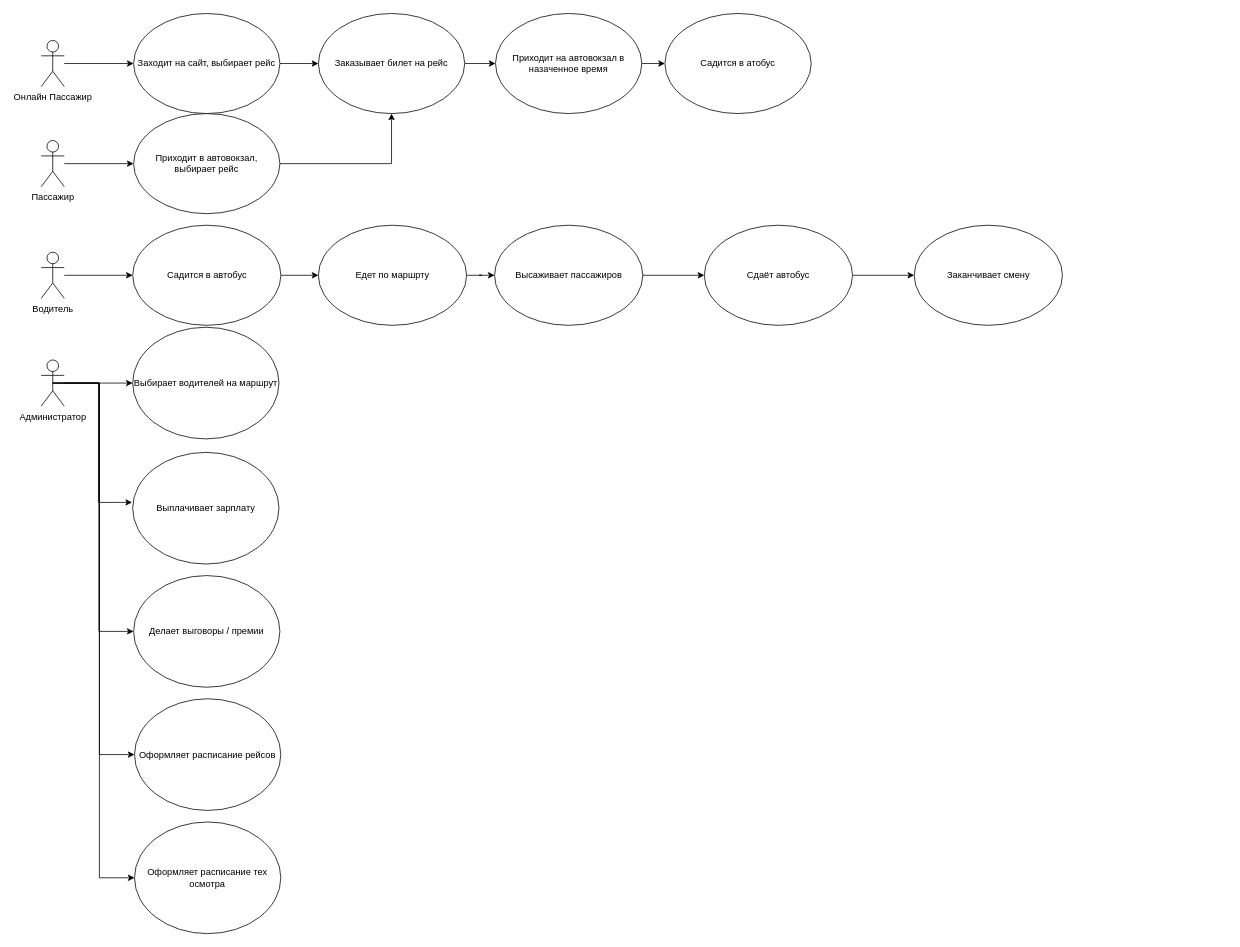
Earlier version of the draw.io diagram Диаграмма класссааааа без названия.drawio (L0g1sT/Raports.PZ.). Source tidied: cells renumbered, new cells numbered last; positions are measured from the earlier drawing's top-left corner, leaving out a move shared by most shapes. Both pictures are drawn from the tidied source at 77%, with x=0, y=0 at pixel (41, 13).
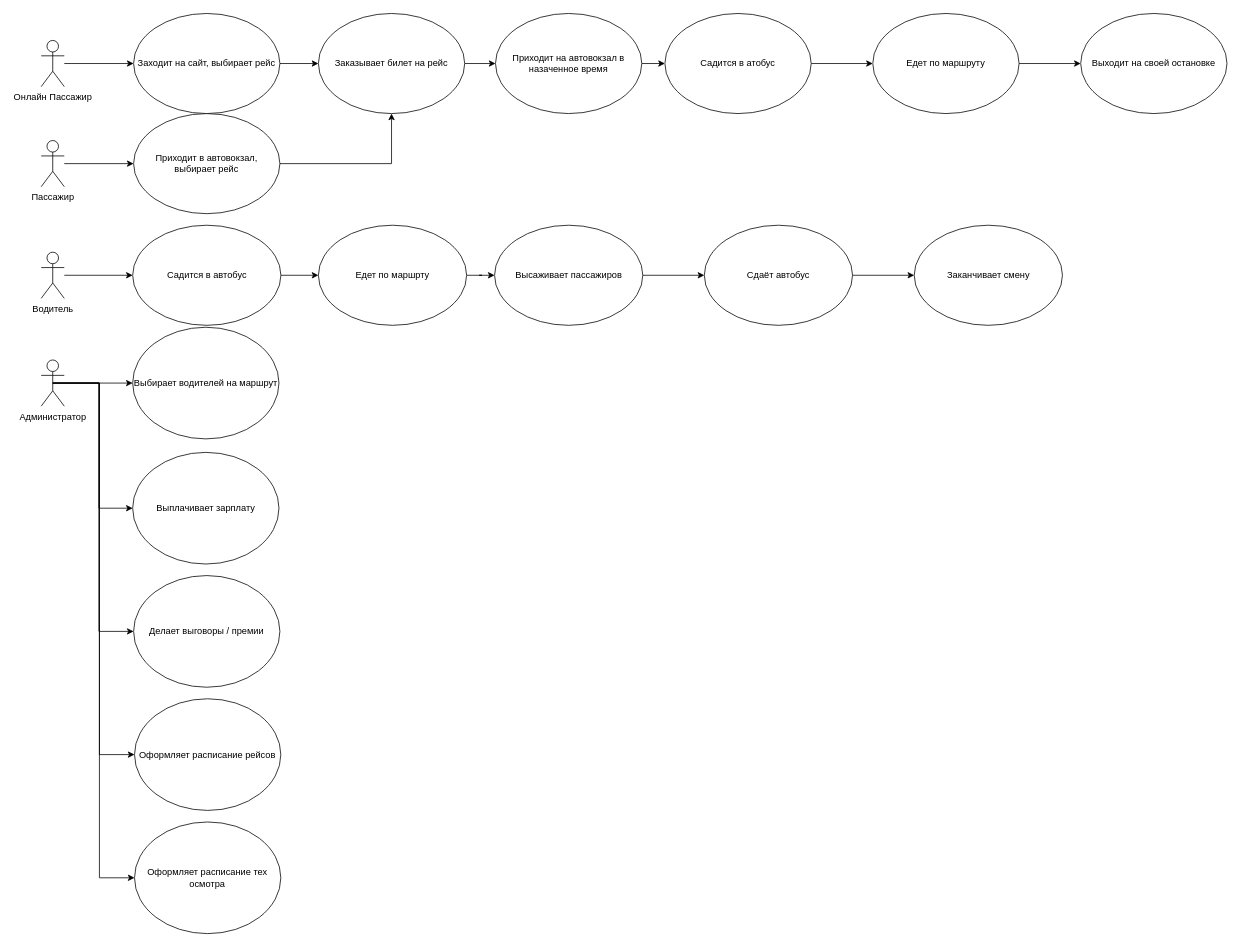
Above is the later version.

The change refers to these unchanged cells:
```xml
<mxCell id="9" value="Администратор" style="shape=umlActor;verticalLabelPosition=bottom;verticalAlign=top;html=1;outlineConnect=0;" parent="1" vertex="1">
  <mxGeometry y="450" width="30" height="60" as="geometry" />
</mxCell>
<mxCell id="24" value="Садится в атобус" style="ellipse;whiteSpace=wrap;html=1;" parent="1" vertex="1">
  <mxGeometry x="810" width="190" height="130" as="geometry" />
</mxCell>
<mxCell id="29" value="Выплачивает зарплату&lt;br&gt;" style="ellipse;whiteSpace=wrap;html=1;" parent="1" vertex="1">
  <mxGeometry x="118.8" y="570" width="190" height="145" as="geometry" />
</mxCell>
<mxCell id="30" value="Делает выговоры / премии" style="ellipse;whiteSpace=wrap;html=1;" parent="1" vertex="1">
  <mxGeometry x="120" y="730" width="190" height="145" as="geometry" />
</mxCell>
```

What changed in the source:
```diff
@@
-    <mxCell id="6" style="edgeStyle=orthogonalEdgeStyle;rounded=0;jettySize=auto;html=1;entryX=-0.004;entryY=0.448;entryDx=0;entryDy=0;entryPerimeter=0;" parent="1" edge="1" source="9" target="29">
-      <mxGeometry relative="1" as="geometry" />
+    <mxCell id="6" style="edgeStyle=orthogonalEdgeStyle;rounded=0;jettySize=auto;html=1;entryX=0;entryY=0.5;entryDx=0;entryDy=0;exitX=0.5;exitY=0.5;exitDx=0;exitDy=0;exitPerimeter=0;" parent="1" edge="1" source="9" target="29">
+      <mxGeometry relative="1" as="geometry">
+        <Array as="points">
+          <mxPoint x="75" y="480" />
+          <mxPoint x="75" y="643" />
+        </Array>
+      </mxGeometry>
     </mxCell>
@@
+    <mxCell id="37" style="edgeStyle=orthogonalEdgeStyle;rounded=0;jettySize=auto;html=1;" parent="1" edge="1" source="24" target="39">
+      <mxGeometry relative="1" as="geometry" />
+    </mxCell>
@@
-    <mxCell id="31" style="edgeStyle=orthogonalEdgeStyle;rounded=0;jettySize=auto;html=1;entryX=0;entryY=0.5;entryDx=0;entryDy=0;exitX=0.5;exitY=0.5;exitDx=0;exitDy=0;exitPerimeter=0;" parent="1" edge="1" source="9" target="30">
+    <mxCell id="31" style="edgeStyle=orthogonalEdgeStyle;rounded=0;jettySize=auto;html=1;exitX=0.5;exitY=0.5;exitDx=0;exitDy=0;exitPerimeter=0;entryX=0;entryY=0.5;entryDx=0;entryDy=0;" parent="1" edge="1" source="9" target="30">
       <mxGeometry relative="1" as="geometry" />
     </mxCell>
@@
+    <mxCell id="38" style="edgeStyle=orthogonalEdgeStyle;rounded=0;jettySize=auto;html=1;" parent="1" edge="1" source="39" target="40">
+      <mxGeometry relative="1" as="geometry" />
+    </mxCell>
+    <mxCell id="39" value="Едет по маршруту" style="ellipse;whiteSpace=wrap;html=1;" parent="1" vertex="1">
+      <mxGeometry x="1080" width="190" height="130" as="geometry" />
+    </mxCell>
+    <mxCell id="40" value="Выходит на своей остановке" style="ellipse;whiteSpace=wrap;html=1;" parent="1" vertex="1">
+      <mxGeometry x="1350" width="190" height="130" as="geometry" />
+    </mxCell>
```
